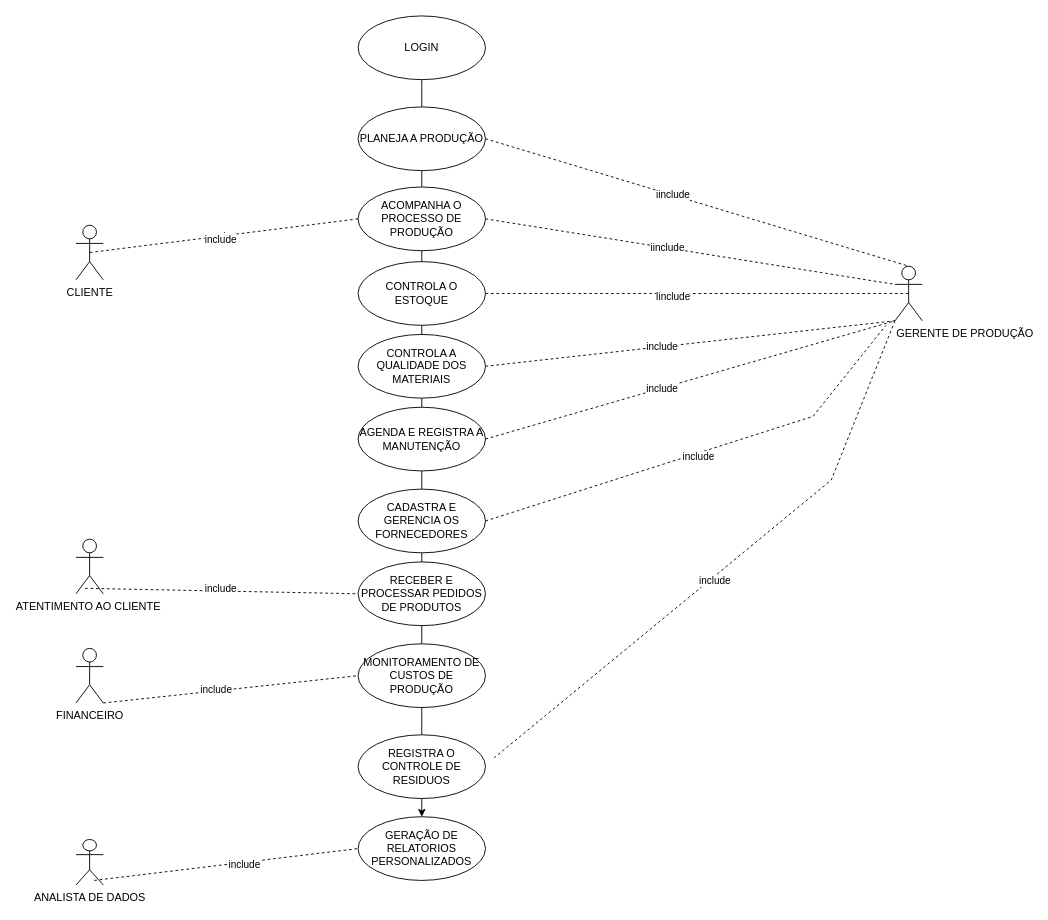
Earlier version of the draw.io diagram Diagrama sem nome.drawio (michaelzin/Alumicad). Source tidied: cells renumbered, new cells numbered last; positions are measured from the earlier drawing's top-left corner, leaving out a move shared by most shapes. Both pictures are drawn from the tidied source at 91%, with x=0, y=0 at pixel (76, 15).
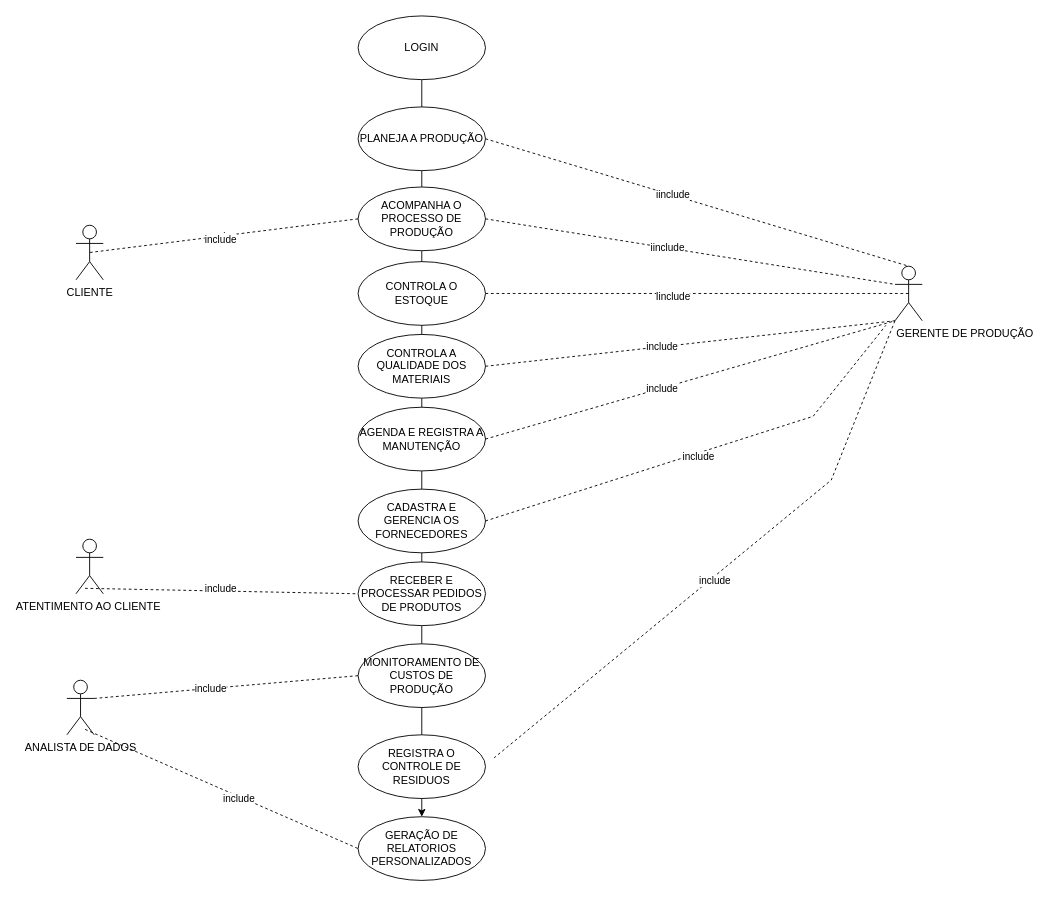
After the change.

Unchanged cells that the change refers to:
```xml
<mxCell id="22" value="MONITORAMENTO DE CUSTOS DE PRODUÇÃO" style="ellipse;whiteSpace=wrap;html=1;" parent="1" vertex="1">
  <mxGeometry x="310" y="690" width="140" height="70" as="geometry" />
</mxCell>
```

The edit, as a diff of the source:
```diff
@@
-    <mxCell id="4" value="FINANCEIRO" style="shape=umlActor;verticalLabelPosition=bottom;verticalAlign=top;html=1;" parent="1" vertex="1">
-      <mxGeometry y="695" width="30" height="60" as="geometry" />
-    </mxCell>
     <mxCell id="5" value="ANALISTA DE DADOS" style="shape=umlActor;verticalLabelPosition=bottom;verticalAlign=top;html=1;" parent="1" vertex="1">
-      <mxGeometry y="905" width="30" height="50" as="geometry" />
+      <mxGeometry x="-10" y="730" width="30" height="60" as="geometry" />
     </mxCell>
@@
-    <mxCell id="23" style="endArrow=none;dashed=1;html=1;rounded=0;exitX=1;exitY=1;exitDx=0;exitDy=0;exitPerimeter=0;entryX=0;entryY=0.5;entryDx=0;entryDy=0;" parent="1" edge="1" source="4" target="22">
+    <mxCell id="23" style="endArrow=none;dashed=1;html=1;rounded=0;exitX=1;exitY=0.3333333333333333;exitDx=0;exitDy=0;exitPerimeter=0;entryX=0;entryY=0.5;entryDx=0;entryDy=0;" parent="1" edge="1" source="5" target="22">
       <mxGeometry relative="1" as="geometry" />
     </mxCell>
```
